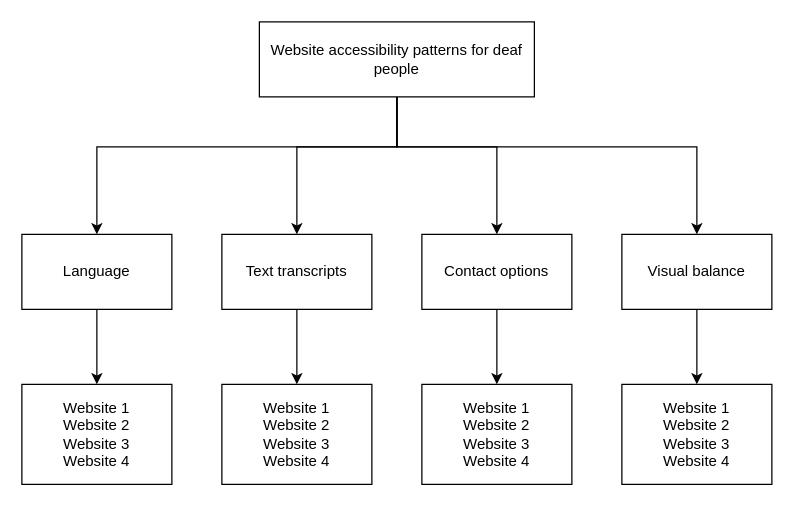
This is diagrams/AHP.drawio from whzd/thesis, a draw.io file, before an edit. Source tidied: cells renumbered, new cells numbered last; positions are measured from the earlier drawing's top-left corner, leaving out a move shared by most shapes. Both pictures are drawn from the tidied source at 125%, with x=0, y=0 at pixel (21, 21).
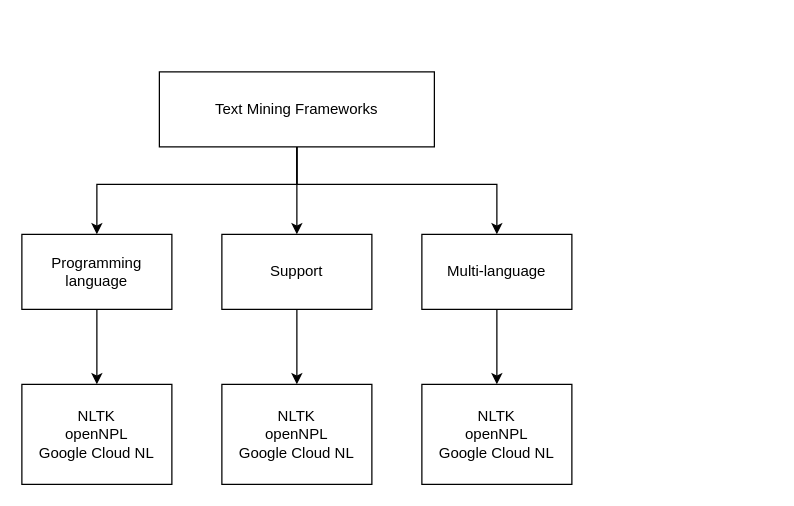
Above is the later version.

Change to the diagram source:
```diff
@@
     <mxCell id="2" style="edgeStyle=orthogonalEdgeStyle;rounded=0;jettySize=auto;html=1;" parent="1" edge="1" source="6" target="10">
       <mxGeometry relative="1" as="geometry">
         <Array as="points">
-          <mxPoint x="300" y="100" />
-          <mxPoint x="220" y="100" />
+          <mxPoint x="220" y="80" />
+          <mxPoint x="220" y="80" />
         </Array>
       </mxGeometry>
     </mxCell>
     <mxCell id="3" style="edgeStyle=orthogonalEdgeStyle;rounded=0;jettySize=auto;html=1;" parent="1" edge="1" source="6" target="8">
       <mxGeometry relative="1" as="geometry">
         <Array as="points">
-          <mxPoint x="300" y="100" />
-          <mxPoint x="380" y="100" />
+          <mxPoint x="220" y="130" />
+          <mxPoint x="380" y="130" />
         </Array>
       </mxGeometry>
     </mxCell>
-    <mxCell id="4" style="edgeStyle=orthogonalEdgeStyle;rounded=0;jettySize=auto;html=1;" parent="1" edge="1" source="6" target="12">
-      <mxGeometry relative="1" as="geometry">
-        <Array as="points">
-          <mxPoint x="300" y="100" />
-          <mxPoint x="540" y="100" />
-        </Array>
-      </mxGeometry>
-    </mxCell>
     <mxCell id="5" style="edgeStyle=orthogonalEdgeStyle;rounded=0;jettySize=auto;html=1;" parent="1" edge="1" source="6" target="14">
       <mxGeometry relative="1" as="geometry">
         <Array as="points">
-          <mxPoint x="300" y="100" />
-          <mxPoint x="60" y="100" />
+          <mxPoint x="220" y="130" />
+          <mxPoint x="60" y="130" />
         </Array>
       </mxGeometry>
     </mxCell>
-    <mxCell id="6" value="Website accessibility patterns for deaf people" style="rounded=0;whiteSpace=wrap;html=1;" parent="1" vertex="1">
-      <mxGeometry x="190" width="220" height="60" as="geometry" />
+    <mxCell id="6" value="Text Mining Frameworks" style="rounded=0;whiteSpace=wrap;html=1;" parent="1" vertex="1">
+      <mxGeometry x="110" y="40" width="220" height="60" as="geometry" />
     </mxCell>
@@
-    <mxCell id="8" value="Contact options" style="rounded=0;whiteSpace=wrap;html=1;" parent="1" vertex="1">
+    <mxCell id="8" value="Multi-language" style="rounded=0;whiteSpace=wrap;html=1;" parent="1" vertex="1">
       <mxGeometry x="320" y="170" width="120" height="60" as="geometry" />
     </mxCell>
@@
-    <mxCell id="10" value="Text transcripts" style="rounded=0;whiteSpace=wrap;html=1;" parent="1" vertex="1">
+    <mxCell id="10" value="Support" style="rounded=0;whiteSpace=wrap;html=1;" parent="1" vertex="1">
       <mxGeometry x="160" y="170" width="120" height="60" as="geometry" />
     </mxCell>
-    <mxCell id="11" style="edgeStyle=orthogonalEdgeStyle;rounded=0;jettySize=auto;html=1;" parent="1" edge="1" source="12" target="18">
-      <mxGeometry relative="1" as="geometry" />
-    </mxCell>
-    <mxCell id="12" value="Visual balance" style="rounded=0;whiteSpace=wrap;html=1;" parent="1" vertex="1">
-      <mxGeometry x="480" y="170" width="120" height="60" as="geometry" />
-    </mxCell>
@@
-    <mxCell id="14" value="Language" style="rounded=0;whiteSpace=wrap;html=1;" parent="1" vertex="1">
+    <mxCell id="14" value="Programming language" style="rounded=0;whiteSpace=wrap;html=1;" parent="1" vertex="1">
       <mxGeometry y="170" width="120" height="60" as="geometry" />
     </mxCell>
-    <mxCell id="15" value="Website 1&lt;br&gt;Website 2&lt;br&gt;Website 3&lt;br&gt;Website 4" style="rounded=0;whiteSpace=wrap;html=1;" parent="1" vertex="1">
+    <mxCell id="15" value="NLTK&lt;br&gt;openNPL&lt;br&gt;Google Cloud NL" style="rounded=0;whiteSpace=wrap;html=1;" parent="1" vertex="1">
       <mxGeometry y="290" width="120" height="80" as="geometry" />
     </mxCell>
-    <mxCell id="16" value="Website 1&lt;br&gt;Website 2&lt;br&gt;Website 3&lt;br&gt;Website 4" style="rounded=0;whiteSpace=wrap;html=1;" parent="1" vertex="1">
+    <mxCell id="16" value="NLTK&lt;br&gt;openNPL&lt;br&gt;Google Cloud NL" style="rounded=0;whiteSpace=wrap;html=1;" parent="1" vertex="1">
       <mxGeometry x="160" y="290" width="120" height="80" as="geometry" />
     </mxCell>
-    <mxCell id="17" value="Website 1&lt;br&gt;Website 2&lt;br&gt;Website 3&lt;br&gt;Website 4" style="rounded=0;whiteSpace=wrap;html=1;" parent="1" vertex="1">
+    <mxCell id="17" value="NLTK&lt;br&gt;openNPL&lt;br&gt;Google Cloud NL" style="rounded=0;whiteSpace=wrap;html=1;" parent="1" vertex="1">
       <mxGeometry x="320" y="290" width="120" height="80" as="geometry" />
     </mxCell>
-    <mxCell id="18" value="Website 1&lt;br&gt;Website 2&lt;br&gt;Website 3&lt;br&gt;Website 4" style="rounded=0;whiteSpace=wrap;html=1;" parent="1" vertex="1">
-      <mxGeometry x="480" y="290" width="120" height="80" as="geometry" />
-    </mxCell>
```
